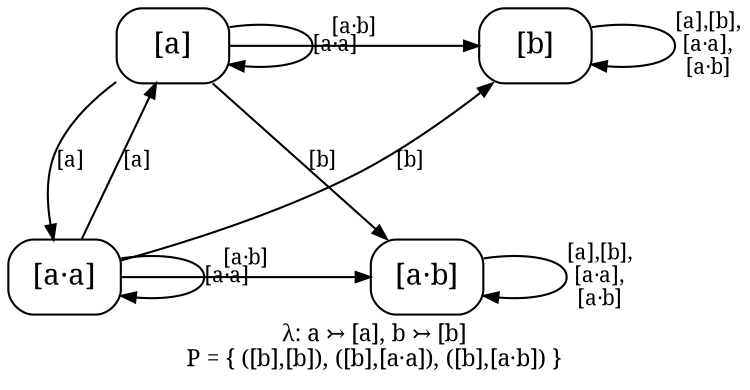
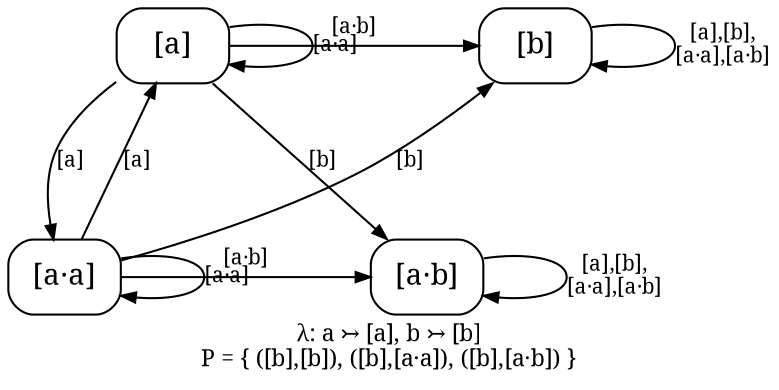
// sos2cayley even.sos --rename a=a,!a=b
digraph core_F2_even {
  rankdir=TB;
  ranksep=0.87; nodesep=0.55;
  node [shape=box, style=rounded, fontname="serif", margin="0.06,0.03"];
  edge [fontname="serif", fontsize=10, arrowsize=0.7];
  label="λ: a ↣ [a], b ↣ [b]\nP = { ([b],[b]), ([b],[a·a]), ([b],[a·b]) }";
  labelloc="b"; labeljust="c"; fontname="serif"; fontsize=11;

  a [label="[a]"];
  b [label="[b]"];
  aa [label="[a·a]"];
  ab [label="[a·b]"];

  { rank=same; a b; }
  { rank=same; aa ab; }

  a -> aa [label="[a]", weight=3];
  a -> ab [label="[b]", weight=3];
  a -> a [label="[a·a]", weight=1];
  a -> b [label="[a·b]", weight=1];
-   b -> b [label="[a],[b],\n[a·a],\n[a·b]", weight=1];
+   b -> b [label="[a],[b],\n[a·a],[a·b]", weight=1];
  aa -> a [label="[a]", weight=1];
  aa -> b [label="[b]", weight=1];
  aa -> aa [label="[a·a]", weight=1];
  aa -> ab [label="[a·b]", weight=1];
-   ab -> ab [label="[a],[b],\n[a·a],\n[a·b]", weight=1];
+   ab -> ab [label="[a],[b],\n[a·a],[a·b]", weight=1];
}
